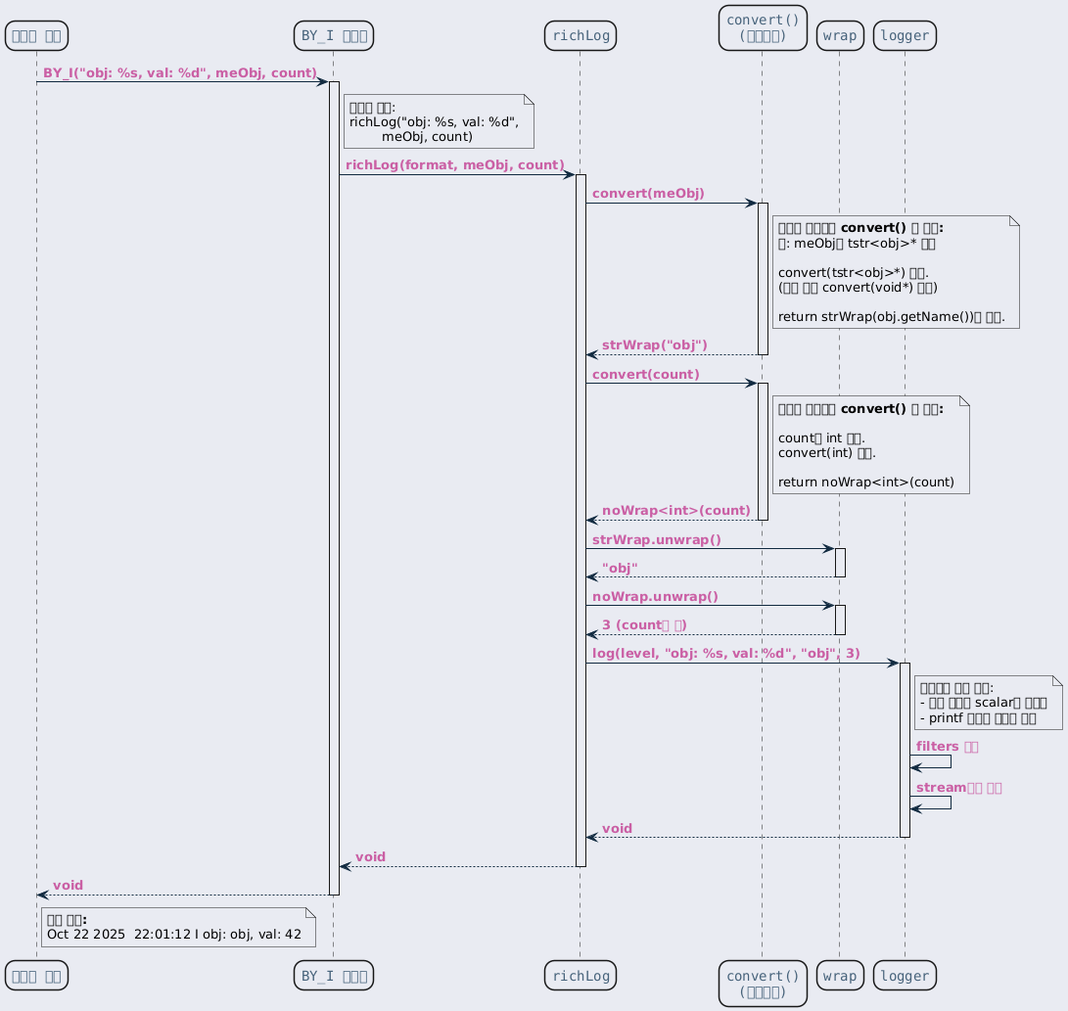
Above: ref/generated/ko/inline_umlgraph_6.png in byeolang/website (PlantUML), before the change. Its diagram source:
```plantuml
@startuml inline_umlgraph_6.png
<style>
  root {
    BackGroundColor: #E9EBF2;
  }
  class, node, object, participant, actor, boundary, control, entity, database, collections, queue {
    LineThickness: 1.5;
    HorizontalAlignment center;
    FontColor: #47637b;
    FontSize: 14;
    FontName: "Courier";
    RoundCorner: 20;
  }
  arrow {
    LineColor: #112a40;
    FontColor: #ca5fa4;
    FontStyle: "bold"
  }
  visibilityIcon {
    protected {
      LineColor DarkGoldenRod
      BackgroundColor DarkGoldenRod
    }
}
</style>
participant "사용자 코드" as user
participant "BY_I 매크로" as macro
participant "richLog" as richLog
participant "convert()\n(오버로드)" as convert
participant "wrap" as wrap
participant "logger" as logger

user -> macro : BY_I("obj: %s, val: %d", meObj, count)
activate macro

note right of macro
  매크로 확장:
  richLog("obj: %s, val: %d",
          meObj, count)
end note

macro -> richLog : richLog(format, meObj, count)
activate richLog

richLog -> convert : convert(meObj)
activate convert

note right of convert
  <b>적절한 오버로딩 convert() 중 호출:</b>
  예: meObj는 tstr<obj>* 타입

  convert(tstr<obj>*) 호출.
  (없을 경우 convert(void*) 호출)

  return strWrap(obj.getName())을 반환.
end note

convert --> richLog : strWrap("obj")
deactivate convert

richLog -> convert : convert(count)
activate convert

note right of convert
  <b>적절한 오버로딩 convert() 중 호출:</b>

  count는 int 타입.
  convert(int) 호출.

  return noWrap<int>(count)
end note

convert --> richLog : noWrap<int>(count)
deactivate convert

richLog -> wrap : strWrap.unwrap()
activate wrap
wrap --> richLog : "obj"
deactivate wrap

richLog -> wrap : noWrap.unwrap()
activate wrap
wrap --> richLog : 3 (count의 값)
deactivate wrap

richLog -> logger : log(level, "obj: %s, val: %d", "obj", 3)
activate logger

note right of logger
  가변인자 함수 호출:
  - 모든 인자가 scalar나 포인터
  - printf 스타일 포매팅 가능
end note

logger -> logger : filters 체크
logger -> logger : stream들에 출력

logger --> richLog : void
deactivate logger

richLog --> macro : void
deactivate richLog

macro --> user : void
deactivate macro

note right of user
  <b>출력 결과:</b>
  Oct 22 2025  22:01:12 I obj: obj, val: 42
end note
@enduml
```
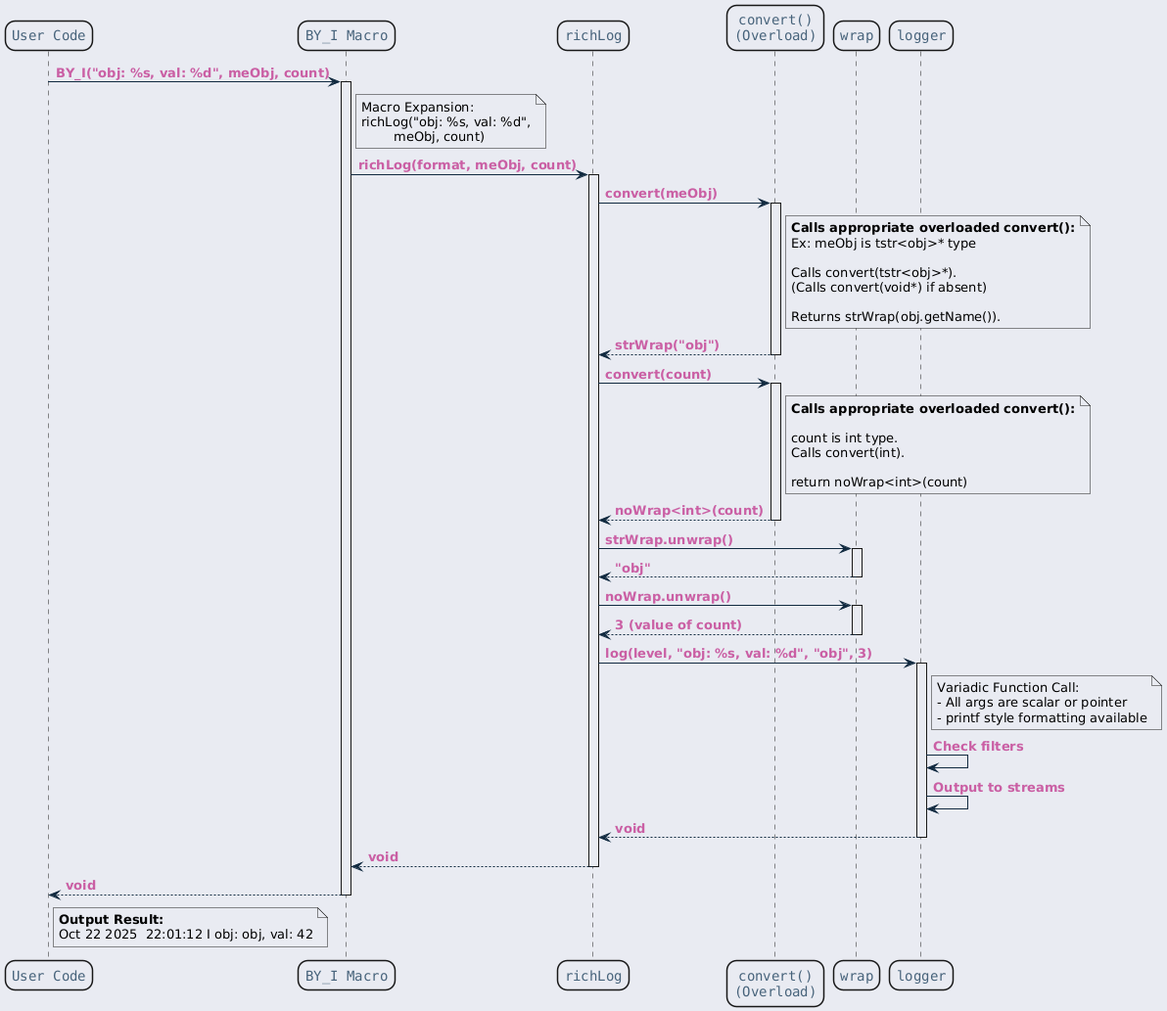
After the change.

What changed in the source:
```diff
@@ -23,10 +23,10 @@
     }
 }
 </style>
-participant "사용자 코드" as user
-participant "BY_I 매크로" as macro
+participant "User Code" as user
+participant "BY_I Macro" as macro
 participant "richLog" as richLog
-participant "convert()\n(오버로드)" as convert
+participant "convert()\n(Overload)" as convert
 participant "wrap" as wrap
 participant "logger" as logger
 
@@ -34,7 +34,7 @@
 activate macro
 
 note right of macro
-  매크로 확장:
+  Macro Expansion:
   richLog("obj: %s, val: %d",
           meObj, count)
 end note
@@ -46,13 +46,13 @@
 activate convert
 
 note right of convert
-  <b>적절한 오버로딩 convert() 중 호출:</b>
-  예: meObj는 tstr<obj>* 타입
+  <b>Calls appropriate overloaded convert():</b>
+  Ex: meObj is tstr<obj>* type
 
-  convert(tstr<obj>*) 호출.
-  (없을 경우 convert(void*) 호출)
+  Calls convert(tstr<obj>*).
+  (Calls convert(void*) if absent)
 
-  return strWrap(obj.getName())을 반환.
+  Returns strWrap(obj.getName()).
 end note
 
 convert --> richLog : strWrap("obj")
@@ -62,10 +62,10 @@
 activate convert
 
 note right of convert
-  <b>적절한 오버로딩 convert() 중 호출:</b>
+  <b>Calls appropriate overloaded convert():</b>
 
-  count는 int 타입.
-  convert(int) 호출.
+  count is int type.
+  Calls convert(int).
 
   return noWrap<int>(count)
 end note
@@ -80,20 +80,20 @@
 
 richLog -> wrap : noWrap.unwrap()
 activate wrap
-wrap --> richLog : 3 (count의 값)
+wrap --> richLog : 3 (value of count)
 deactivate wrap
 
 richLog -> logger : log(level, "obj: %s, val: %d", "obj", 3)
 activate logger
 
 note right of logger
-  가변인자 함수 호출:
-  - 모든 인자가 scalar나 포인터
-  - printf 스타일 포매팅 가능
+  Variadic Function Call:
+  - All args are scalar or pointer
+  - printf style formatting available
 end note
 
-logger -> logger : filters 체크
-logger -> logger : stream들에 출력
+logger -> logger : Check filters
+logger -> logger : Output to streams
 
 logger --> richLog : void
 deactivate logger
@@ -105,7 +105,7 @@
 deactivate macro
 
 note right of user
-  <b>출력 결과:</b>
+  <b>Output Result:</b>
   Oct 22 2025  22:01:12 I obj: obj, val: 42
 end note
 @enduml
```
